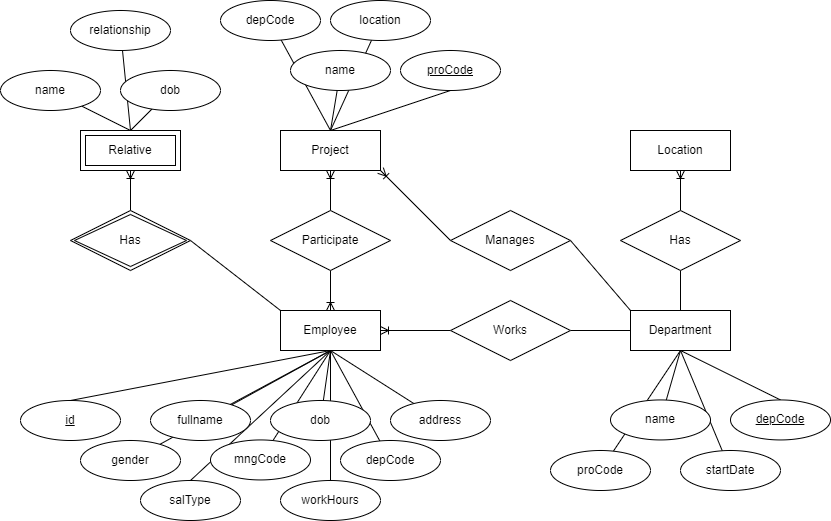
This is Lab2/Problem2Lab2.png from winterevil/CSE301, a draw.io export, as it was before one commit. Source tidied: cells renumbered, new cells last; positions are measured from the earlier drawing's top-left corner, leaving out a move shared by most shapes.
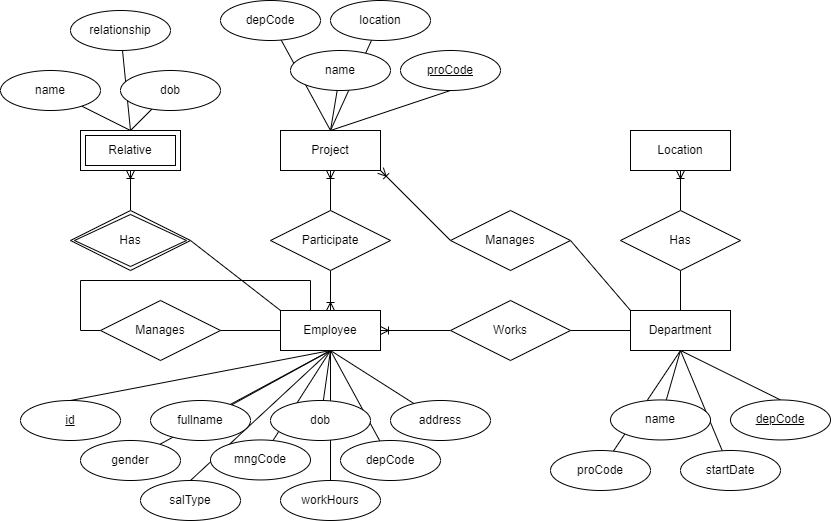
Above is the later version.

Diff of the diagram source:
```diff
@@ -8,6 +8,9 @@
     <mxCell id="3" style="rounded=0;jettySize=auto;html=1;entryX=1;entryY=0.5;entryDx=0;entryDy=0;endArrow=none;endFill=0;exitX=0;exitY=0;exitDx=0;exitDy=0;" parent="1" edge="1" source="4" target="27">
       <mxGeometry relative="1" as="geometry" />
     </mxCell>
+    <mxCell id="62" style="rounded=0;jettySize=auto;html=1;entryX=1;entryY=0.5;entryDx=0;entryDy=0;endArrow=none;endFill=0;" parent="1" edge="1" source="4" target="64">
+      <mxGeometry relative="1" as="geometry" />
+    </mxCell>
     <mxCell id="4" value="Employee" style="whiteSpace=wrap;html=1;align=center;" parent="1" vertex="1">
       <mxGeometry x="280" y="310" width="100" height="40" as="geometry" />
     </mxCell>
@@ -184,5 +187,18 @@
     <mxCell id="61" value="name" style="ellipse;whiteSpace=wrap;html=1;align=center;" parent="1" vertex="1">
       <mxGeometry y="70" width="100" height="40" as="geometry" />
     </mxCell>
+    <mxCell id="63" style="edgeStyle=orthogonalEdgeStyle;rounded=0;jettySize=auto;html=1;exitX=0;exitY=0.5;exitDx=0;exitDy=0;endArrow=none;endFill=0;" parent="1" edge="1" source="64">
+      <mxGeometry relative="1" as="geometry">
+        <mxPoint x="310" y="310" as="targetPoint" />
+        <Array as="points">
+          <mxPoint x="80" y="330" />
+          <mxPoint x="80" y="280" />
+          <mxPoint x="310" y="280" />
+        </Array>
+      </mxGeometry>
+    </mxCell>
+    <mxCell id="64" value="Manages" style="shape=rhombus;perimeter=rhombusPerimeter;whiteSpace=wrap;html=1;align=center;" parent="1" vertex="1">
+      <mxGeometry x="100" y="300" width="120" height="60" as="geometry" />
+    </mxCell>
   </root>
 </mxGraphModel>
```
